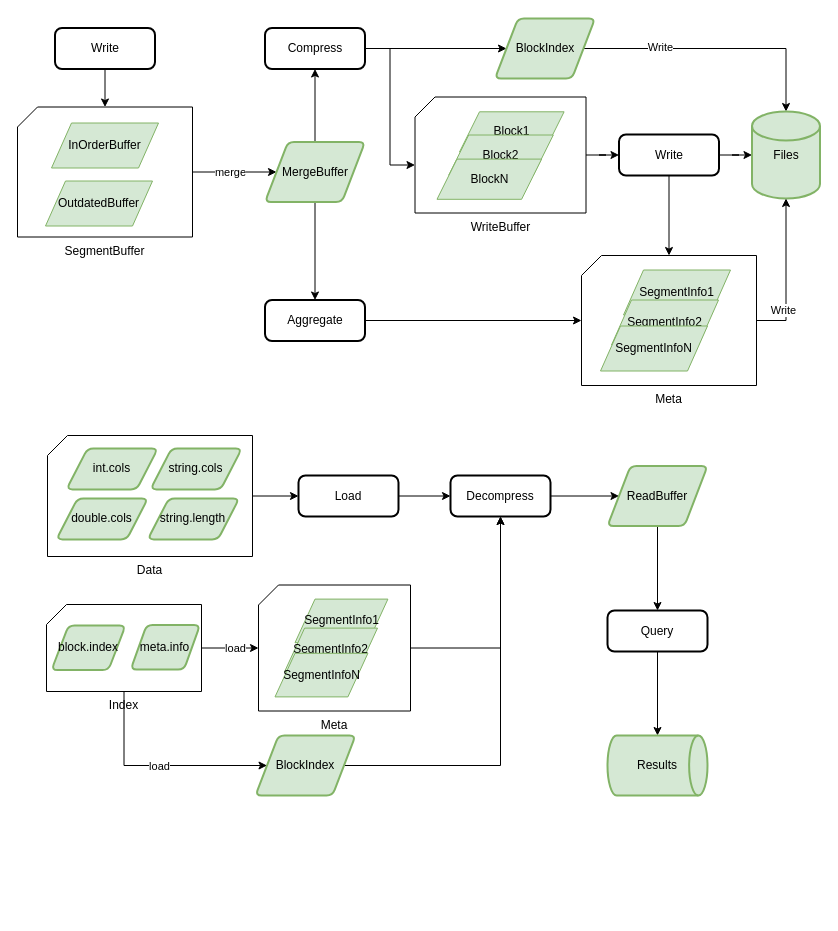
LuooChen/drawio keeps this draw.io diagram as page "第 2 页" (2 of 2) of diagrams/tsdb-ppt.drawio. Above is the earlier version. Source tidied: cells renumbered, new cells numbered last; positions are measured from the earlier drawing's top-left corner, leaving out a move shared by most shapes. Both pictures are drawn from the tidied source at 100%, with x=0, y=0 at pixel (17, 18).
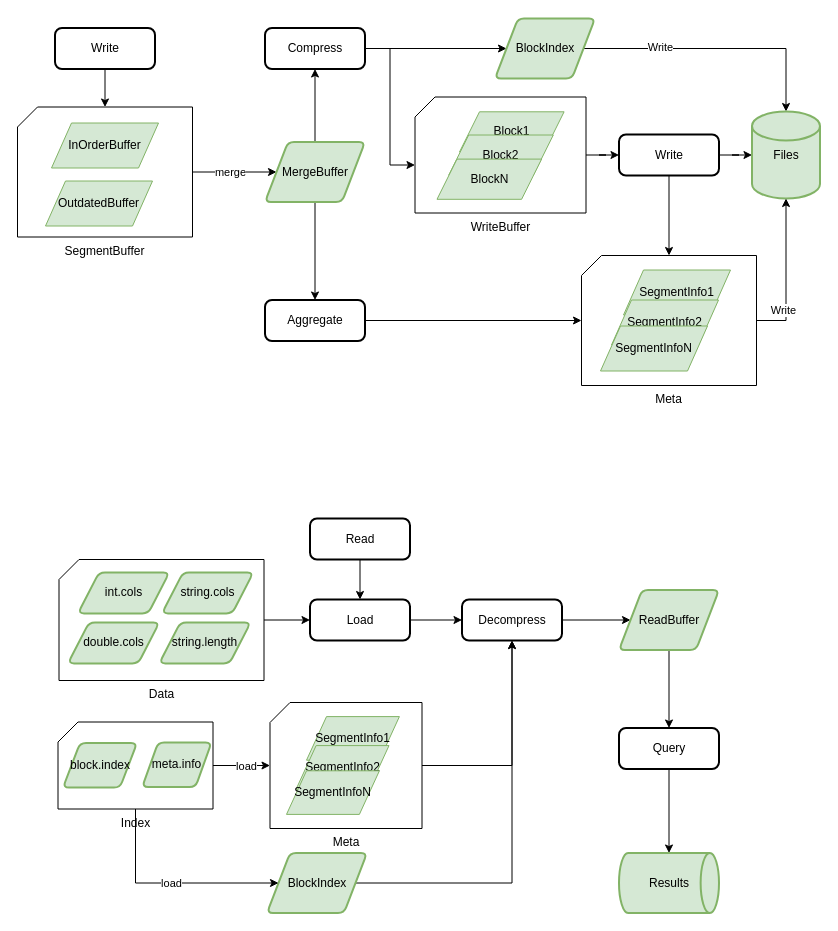
The same diagram, later.

The change refers to these unchanged cells:
```xml
<mxCell id="47" value="Index" style="verticalLabelPosition=bottom;verticalAlign=top;html=1;shape=card;whiteSpace=wrap;size=20;arcSize=12;" parent="46" vertex="1">
  <mxGeometry width="155" height="87" as="geometry" />
</mxCell>
```

What changed in the source:
```diff
@@
     <mxCell id="39" value="Query" style="rounded=1;whiteSpace=wrap;html=1;absoluteArcSize=1;arcSize=14;strokeWidth=2;" parent="1" vertex="1">
-      <mxGeometry x="590" y="592" width="100" height="41" as="geometry" />
+      <mxGeometry x="601.5" y="709.5" width="100" height="41" as="geometry" />
     </mxCell>
     <mxCell id="40" style="group;" parent="1" vertex="1">
-      <mxGeometry x="30" y="417" width="205" height="121" as="geometry" />
+      <mxGeometry x="41.5" y="541" width="205" height="121" as="geometry" />
     </mxCell>
@@
     <mxCell id="46" style="group;" parent="1" vertex="1">
-      <mxGeometry x="29" y="586" width="155" height="87" as="geometry" />
+      <mxGeometry x="40.5" y="703.5" width="155" height="87" as="geometry" />
     </mxCell>
@@
     <mxCell id="51" value="Load" style="rounded=1;whiteSpace=wrap;html=1;absoluteArcSize=1;arcSize=14;strokeWidth=2;" parent="1" vertex="1">
-      <mxGeometry x="281" y="457" width="100" height="41" as="geometry" />
+      <mxGeometry x="292.5" y="581" width="100" height="41" as="geometry" />
     </mxCell>
@@
     <mxCell id="53" style="group;fillColor=none;strokeColor=none;" parent="1" vertex="1">
-      <mxGeometry x="241" y="566.5" width="152" height="126" as="geometry" />
+      <mxGeometry x="252.5" y="684" width="152" height="126" as="geometry" />
     </mxCell>
@@
     <mxCell id="59" value="BlockIndex" style="shape=parallelogram;html=1;strokeWidth=2;perimeter=parallelogramPerimeter;whiteSpace=wrap;rounded=1;arcSize=12;size=0.23;fillColor=#d5e8d4;strokeColor=#82b366;" parent="1" vertex="1">
-      <mxGeometry x="238" y="717" width="100" height="60" as="geometry" />
+      <mxGeometry x="249.5" y="834.5" width="100" height="60" as="geometry" />
     </mxCell>
@@
     <mxCell id="63" value="Decompress" style="rounded=1;whiteSpace=wrap;html=1;absoluteArcSize=1;arcSize=14;strokeWidth=2;" parent="1" vertex="1">
-      <mxGeometry x="433" y="457" width="100" height="41" as="geometry" />
+      <mxGeometry x="444.5" y="581" width="100" height="41" as="geometry" />
     </mxCell>
     <mxCell id="64" style="edgeStyle=orthogonalEdgeStyle;rounded=0;jettySize=auto;html=1;exitX=0.5;exitY=1;exitDx=0;exitDy=0;exitPerimeter=0;entryX=0;entryY=0.5;entryDx=0;entryDy=0;" parent="1" edge="1" source="47" target="59">
       <mxGeometry relative="1" as="geometry">
         <Array as="points">
-          <mxPoint x="107" y="747" />
+          <mxPoint x="118.5" y="864.5" />
         </Array>
       </mxGeometry>
     </mxCell>
@@
     <mxCell id="68" value="ReadBuffer" style="shape=parallelogram;html=1;strokeWidth=2;perimeter=parallelogramPerimeter;whiteSpace=wrap;rounded=1;arcSize=12;size=0.23;fillColor=#d5e8d4;strokeColor=#82b366;" parent="1" vertex="1">
-      <mxGeometry x="590" y="447.5" width="100" height="60" as="geometry" />
+      <mxGeometry x="601.5" y="571.5" width="100" height="60" as="geometry" />
     </mxCell>
     <mxCell id="69" value="Results" style="strokeWidth=2;html=1;shape=mxgraph.flowchart.direct_data;whiteSpace=wrap;fillColor=#d5e8d4;strokeColor=#82b366;" parent="1" vertex="1">
-      <mxGeometry x="590" y="717" width="100" height="60" as="geometry" />
+      <mxGeometry x="601.5" y="834.5" width="100" height="60" as="geometry" />
     </mxCell>
+    <mxCell id="70" style="edgeStyle=orthogonalEdgeStyle;rounded=0;jettySize=auto;html=1;entryX=0.5;entryY=0;entryDx=0;entryDy=0;" parent="1" edge="1" source="71" target="51">
+      <mxGeometry relative="1" as="geometry" />
+    </mxCell>
+    <mxCell id="71" value="Read" style="rounded=1;whiteSpace=wrap;html=1;absoluteArcSize=1;arcSize=14;strokeWidth=2;" parent="1" vertex="1">
+      <mxGeometry x="292.5" y="500" width="100" height="41" as="geometry" />
+    </mxCell>
```
